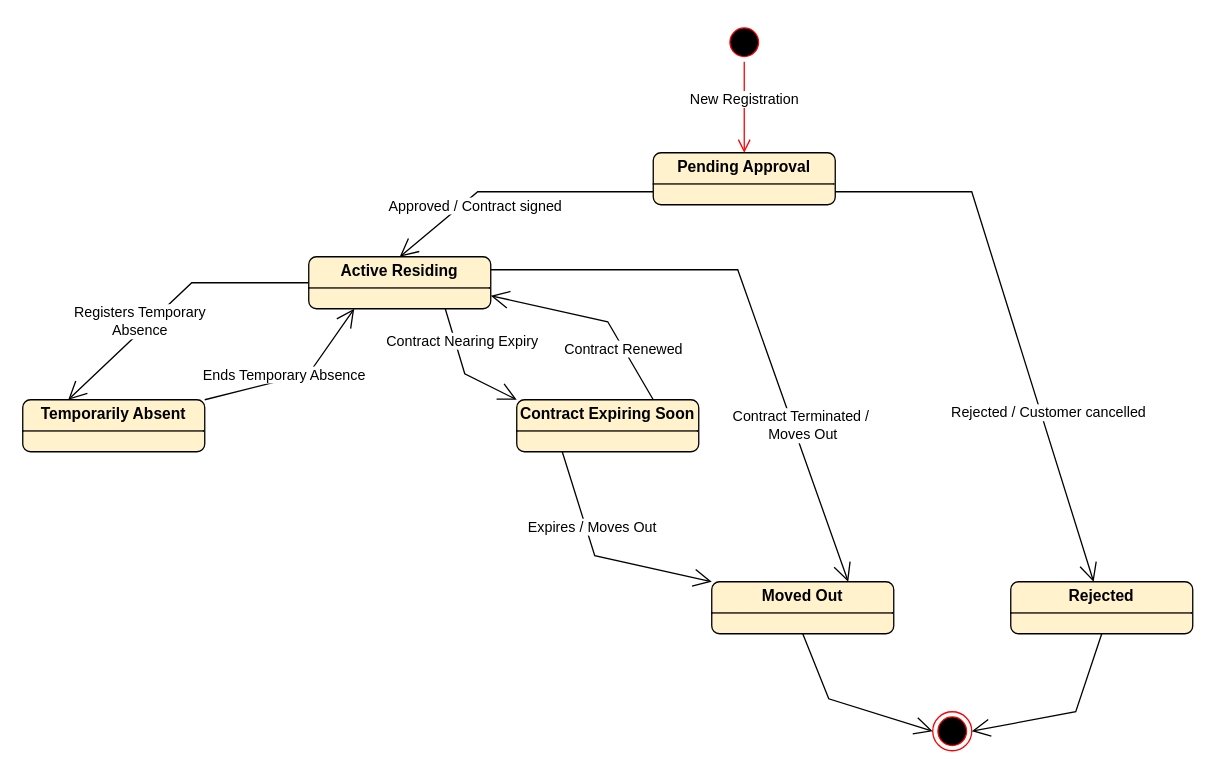
Above: Behavior-analysis/state-machine-diagram/Resident-Status/ResidentStatus_sm.drawio in HuyEuler/Apartment-management-system (draw.io), before the change. Source tidied: cells renumbered, new cells numbered last; positions are measured from the earlier drawing's top-left corner, leaving out a move shared by most shapes. Both pictures are drawn from the tidied source at 130%, with x=0, y=0 at pixel (22, 22).
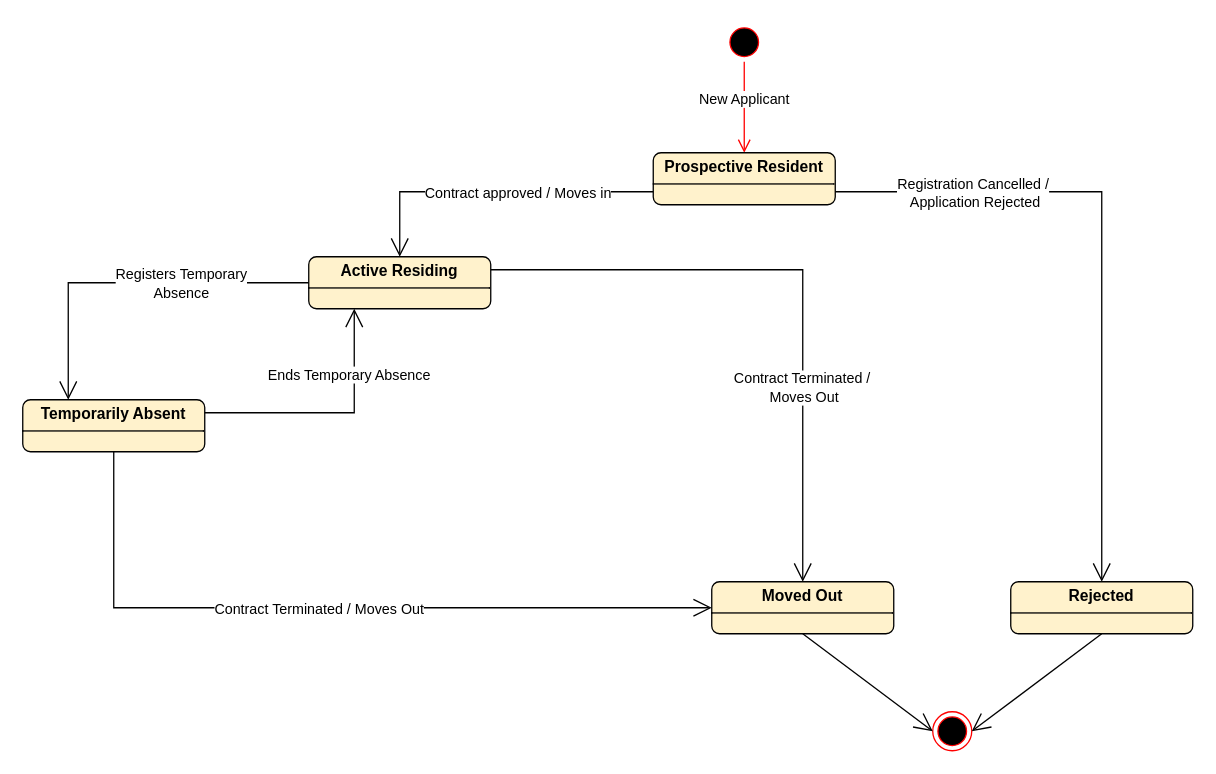
The same diagram, later.

Commit message (it also covers changes not shown here):
Fix state machine diagram Issue & ResidenStatus

The change refers to these unchanged cells:
```xml
<mxCell id="3" style="edgeStyle=orthogonalEdgeStyle;html=1;verticalAlign=bottom;endArrow=open;endSize=8;strokeColor=#ff0000;rounded=0;entryX=0.5;entryY=0;entryDx=0;entryDy=0;" parent="1" edge="1" source="2" target="5">
  <mxGeometry relative="1" as="geometry" />
</mxCell>
<mxCell id="6" value="&lt;p style=&quot;margin:0px;margin-top:4px;text-align:center;&quot;&gt;&lt;b&gt;Active Residing&lt;/b&gt;&lt;/p&gt;&lt;hr size=&quot;1&quot; style=&quot;border-style:solid;&quot;&gt;&lt;div style=&quot;height:2px;&quot;&gt;&lt;/div&gt;" style="verticalAlign=top;align=left;overflow=fill;html=1;whiteSpace=wrap;rounded=1;fillColor=#fff2cc;strokeColor=light-dark(#000000, #6d5100);" parent="1" vertex="1">
  <mxGeometry x="220" y="180" width="140" height="40" as="geometry" />
</mxCell>
<mxCell id="7" value="&lt;p style=&quot;margin:0px;margin-top:4px;text-align:center;&quot;&gt;&lt;b&gt;Temporarily Absent&lt;/b&gt;&lt;/p&gt;&lt;hr size=&quot;1&quot; style=&quot;border-style:solid;&quot;&gt;&lt;div style=&quot;height:2px;&quot;&gt;&lt;/div&gt;" style="verticalAlign=top;align=left;overflow=fill;html=1;whiteSpace=wrap;rounded=1;fillColor=#fff2cc;strokeColor=light-dark(#000000, #6d5100);" parent="1" vertex="1">
  <mxGeometry y="290" width="140" height="40" as="geometry" />
</mxCell>
<mxCell id="9" value="&lt;p style=&quot;margin:0px;margin-top:4px;text-align:center;&quot;&gt;&lt;b&gt;Moved Out&lt;/b&gt;&lt;/p&gt;&lt;hr size=&quot;1&quot; style=&quot;border-style:solid;&quot;&gt;&lt;div style=&quot;height:2px;&quot;&gt;&lt;/div&gt;" style="verticalAlign=top;align=left;overflow=fill;html=1;whiteSpace=wrap;rounded=1;fillColor=#fff2cc;strokeColor=light-dark(#000000, #6d5100);" parent="1" vertex="1">
  <mxGeometry x="530" y="430" width="140" height="40" as="geometry" />
</mxCell>
<mxCell id="10" value="&lt;p style=&quot;margin:0px;margin-top:4px;text-align:center;&quot;&gt;&lt;b&gt;Rejected&lt;/b&gt;&lt;/p&gt;&lt;hr size=&quot;1&quot; style=&quot;border-style:solid;&quot;&gt;&lt;div style=&quot;height:2px;&quot;&gt;&lt;/div&gt;" style="verticalAlign=top;align=left;overflow=fill;html=1;whiteSpace=wrap;rounded=1;fillColor=#fff2cc;strokeColor=light-dark(#000000, #6d5100);" parent="1" vertex="1">
  <mxGeometry x="760" y="430" width="140" height="40" as="geometry" />
</mxCell>
<mxCell id="23" style="ellipse;html=1;shape=endState;fillColor=#000000;strokeColor=#ff0000;" parent="1" vertex="1">
  <mxGeometry x="700" y="530" width="30" height="30" as="geometry" />
</mxCell>
```

Diff of the diagram source:
```diff
@@
-    <mxCell id="4" value="New Registration" style="edgeLabel;html=1;align=center;verticalAlign=middle;" parent="3" vertex="1">
+    <mxCell id="4" value="New Applicant" style="edgeLabel;html=1;align=center;verticalAlign=middle;" parent="3" vertex="1">
       <mxGeometry x="-0.19" y="-1" relative="1" as="geometry" />
     </mxCell>
-    <mxCell id="5" value="&lt;p style=&quot;margin:0px;margin-top:4px;text-align:center;&quot;&gt;&lt;b&gt;Pending Approval&lt;/b&gt;&lt;/p&gt;&lt;hr size=&quot;1&quot; style=&quot;border-style:solid;&quot;&gt;&lt;div style=&quot;height:2px;&quot;&gt;&lt;/div&gt;" style="verticalAlign=top;align=left;overflow=fill;html=1;whiteSpace=wrap;rounded=1;fillColor=#fff2cc;strokeColor=light-dark(#000000, #6d5100);" parent="1" vertex="1">
+    <mxCell id="5" value="&lt;p style=&quot;margin:0px;margin-top:4px;text-align:center;&quot;&gt;&lt;b&gt;Prospective Resident&lt;/b&gt;&lt;/p&gt;&lt;hr size=&quot;1&quot; style=&quot;border-style:solid;&quot;&gt;&lt;div style=&quot;height:2px;&quot;&gt;&lt;/div&gt;" style="verticalAlign=top;align=left;overflow=fill;html=1;whiteSpace=wrap;rounded=1;fillColor=#fff2cc;strokeColor=light-dark(#000000, #6d5100);" parent="1" vertex="1">
       <mxGeometry x="485" y="100" width="140" height="40" as="geometry" />
     </mxCell>
@@
-    <mxCell id="8" value="&lt;p style=&quot;margin:0px;margin-top:4px;text-align:center;&quot;&gt;&lt;b&gt;Contract Expiring Soon&lt;/b&gt;&lt;/p&gt;&lt;hr size=&quot;1&quot; style=&quot;border-style:solid;&quot;&gt;&lt;div style=&quot;height:2px;&quot;&gt;&lt;/div&gt;" style="verticalAlign=top;align=left;overflow=fill;html=1;whiteSpace=wrap;rounded=1;fillColor=#fff2cc;strokeColor=light-dark(#000000, #6d5100);" parent="1" vertex="1">
-      <mxGeometry x="380" y="290" width="140" height="40" as="geometry" />
-    </mxCell>
@@
     <mxCell id="11" style="endArrow=open;endFill=1;endSize=12;html=1;rounded=0;exitX=0;exitY=0.75;exitDx=0;exitDy=0;entryX=0.5;entryY=0;entryDx=0;entryDy=0;" parent="1" edge="1" source="5" target="6">
       <mxGeometry relative="1" as="geometry">
         <Array as="points">
-          <mxPoint x="350" y="130" />
+          <mxPoint x="290" y="130" />
         </Array>
       </mxGeometry>
     </mxCell>
-    <mxCell id="12" value="Approved / Contract signed" style="edgeLabel;html=1;align=center;verticalAlign=middle;" parent="11" vertex="1">
+    <mxCell id="12" value="Contract approved / Moves in" style="edgeLabel;html=1;align=center;verticalAlign=middle;" parent="11" vertex="1">
       <mxGeometry x="-0.03" y="3" relative="1" as="geometry">
-        <mxPoint x="-35" y="7" as="offset" />
+        <mxPoint x="14" y="-3" as="offset" />
       </mxGeometry>
     </mxCell>
     <mxCell id="13" style="endArrow=open;endFill=1;endSize=12;html=1;rounded=0;exitX=1;exitY=0.75;exitDx=0;exitDy=0;" parent="1" edge="1" source="5" target="10">
       <mxGeometry relative="1" as="geometry">
         <Array as="points">
-          <mxPoint x="730" y="130" />
+          <mxPoint x="830" y="130" />
         </Array>
       </mxGeometry>
     </mxCell>
-    <mxCell id="14" value="Rejected / Customer cancelled" style="edgeLabel;html=1;align=center;verticalAlign=middle;" parent="13" vertex="1">
+    <mxCell id="14" value="Registration Cancelled /&lt;div&gt;&amp;nbsp;Application Rejected&lt;/div&gt;" style="edgeLabel;html=1;align=center;verticalAlign=middle;" parent="13" vertex="1">
       <mxGeometry x="-0.03" y="3" relative="1" as="geometry">
-        <mxPoint x="26" y="77" as="offset" />
+        <mxPoint x="-103" y="-40" as="offset" />
       </mxGeometry>
     </mxCell>
-    <mxCell id="15" style="endArrow=open;endFill=1;endSize=12;html=1;rounded=0;exitX=0.75;exitY=1;exitDx=0;exitDy=0;entryX=0;entryY=0;entryDx=0;entryDy=0;" parent="1" edge="1" source="6" target="8">
-      <mxGeometry relative="1" as="geometry">
-        <Array as="points">
-          <mxPoint x="340" y="270" />
-        </Array>
-      </mxGeometry>
-    </mxCell>
-    <mxCell id="16" value="Contract Nearing Expiry" style="edgeLabel;html=1;align=center;verticalAlign=middle;" parent="15" vertex="1">
-      <mxGeometry x="-0.03" y="3" relative="1" as="geometry">
-        <mxPoint x="-4" y="-20" as="offset" />
-      </mxGeometry>
-    </mxCell>
-    <mxCell id="17" style="endArrow=open;endFill=1;endSize=12;html=1;rounded=0;exitX=1;exitY=0.25;exitDx=0;exitDy=0;entryX=0.75;entryY=0;entryDx=0;entryDy=0;" parent="1" edge="1" source="6" target="9">
+    <mxCell id="17" style="endArrow=open;endFill=1;endSize=12;html=1;rounded=0;exitX=1;exitY=0.25;exitDx=0;exitDy=0;entryX=0.5;entryY=0;entryDx=0;entryDy=0;" parent="1" edge="1" source="6" target="9">
       <mxGeometry relative="1" as="geometry">
         <Array as="points">
-          <mxPoint x="550" y="190" />
+          <mxPoint x="600" y="190" />
         </Array>
       </mxGeometry>
     </mxCell>
     <mxCell id="18" value="Contract Terminated /&amp;nbsp;&lt;div&gt;Moves Out&lt;/div&gt;" style="edgeLabel;html=1;align=center;verticalAlign=middle;" parent="17" vertex="1">
       <mxGeometry x="-0.03" y="3" relative="1" as="geometry">
-        <mxPoint x="38" y="96" as="offset" />
+        <mxPoint x="7" y="93" as="offset" />
       </mxGeometry>
     </mxCell>
-    <mxCell id="19" style="endArrow=open;endFill=1;endSize=12;html=1;rounded=0;exitX=0.75;exitY=0;exitDx=0;exitDy=0;entryX=1;entryY=0.75;entryDx=0;entryDy=0;" parent="1" edge="1" source="8" target="6">
-      <mxGeometry relative="1" as="geometry">
-        <Array as="points">
-          <mxPoint x="450" y="230" />
-        </Array>
-      </mxGeometry>
-    </mxCell>
-    <mxCell id="20" value="Contract Renewed" style="edgeLabel;html=1;align=center;verticalAlign=middle;" parent="19" vertex="1">
-      <mxGeometry x="-0.03" y="3" relative="1" as="geometry">
-        <mxPoint x="20" y="19" as="offset" />
-      </mxGeometry>
-    </mxCell>
-    <mxCell id="21" style="endArrow=open;endFill=1;endSize=12;html=1;rounded=0;exitX=0.25;exitY=1;exitDx=0;exitDy=0;entryX=0;entryY=0;entryDx=0;entryDy=0;" parent="1" edge="1" source="8" target="9">
+    <mxCell id="21" style="endArrow=open;endFill=1;endSize=12;html=1;rounded=0;exitX=0.5;exitY=1;exitDx=0;exitDy=0;entryX=0;entryY=0.5;entryDx=0;entryDy=0;" parent="1" edge="1" source="7" target="9">
       <mxGeometry relative="1" as="geometry">
         <Array as="points">
-          <mxPoint x="440" y="410" />
+          <mxPoint x="70" y="450" />
         </Array>
       </mxGeometry>
     </mxCell>
-    <mxCell id="22" value="Expires / Moves Out" style="edgeLabel;html=1;align=center;verticalAlign=middle;" parent="21" vertex="1">
+    <mxCell id="22" value="Contract Terminated / Moves Out" style="edgeLabel;html=1;align=center;verticalAlign=middle;" parent="21" vertex="1">
       <mxGeometry x="-0.03" y="3" relative="1" as="geometry">
-        <mxPoint x="-4" y="-20" as="offset" />
+        <mxPoint x="-4" y="3" as="offset" />
       </mxGeometry>
     </mxCell>
@@
     <mxCell id="24" style="endArrow=open;endFill=1;endSize=12;html=1;rounded=0;exitX=0.5;exitY=1;exitDx=0;exitDy=0;entryX=0;entryY=0.5;entryDx=0;entryDy=0;" parent="1" edge="1" source="9" target="23">
-      <mxGeometry relative="1" as="geometry">
-        <Array as="points">
-          <mxPoint x="620" y="520" />
-        </Array>
-      </mxGeometry>
+      <mxGeometry relative="1" as="geometry" />
     </mxCell>
     <mxCell id="25" style="endArrow=open;endFill=1;endSize=12;html=1;rounded=0;exitX=0.5;exitY=1;exitDx=0;exitDy=0;entryX=1;entryY=0.5;entryDx=0;entryDy=0;" parent="1" edge="1" source="10" target="23">
-      <mxGeometry relative="1" as="geometry">
-        <Array as="points">
-          <mxPoint x="810" y="530" />
-        </Array>
-      </mxGeometry>
+      <mxGeometry relative="1" as="geometry" />
     </mxCell>
     <mxCell id="26" style="endArrow=open;endFill=1;endSize=12;html=1;rounded=0;exitX=0;exitY=0.5;exitDx=0;exitDy=0;entryX=0.25;entryY=0;entryDx=0;entryDy=0;" parent="1" edge="1" source="6" target="7">
       <mxGeometry relative="1" as="geometry">
         <Array as="points">
-          <mxPoint x="130" y="200" />
+          <mxPoint x="35" y="200" />
         </Array>
       </mxGeometry>
     </mxCell>
     <mxCell id="27" value="Registers Temporary&lt;div&gt;Absence&lt;/div&gt;" style="edgeLabel;html=1;align=center;verticalAlign=middle;" parent="26" vertex="1">
       <mxGeometry x="-0.03" y="3" relative="1" as="geometry">
-        <mxPoint x="-30" y="16" as="offset" />
+        <mxPoint x="34" y="-3" as="offset" />
       </mxGeometry>
     </mxCell>
-    <mxCell id="28" style="endArrow=open;endFill=1;endSize=12;html=1;rounded=0;exitX=1;exitY=0;exitDx=0;exitDy=0;entryX=0.25;entryY=1;entryDx=0;entryDy=0;" parent="1" edge="1" source="7" target="6">
+    <mxCell id="28" style="endArrow=open;endFill=1;endSize=12;html=1;rounded=0;exitX=1;exitY=0.25;exitDx=0;exitDy=0;entryX=0.25;entryY=1;entryDx=0;entryDy=0;" parent="1" edge="1" source="7" target="6">
       <mxGeometry relative="1" as="geometry">
         <Array as="points">
-          <mxPoint x="220" y="270" />
+          <mxPoint x="255" y="300" />
         </Array>
       </mxGeometry>
     </mxCell>
     <mxCell id="29" value="Ends Temporary Absence" style="edgeLabel;html=1;align=center;verticalAlign=middle;" parent="28" vertex="1">
       <mxGeometry x="-0.03" y="3" relative="1" as="geometry">
-        <mxPoint x="-7" as="offset" />
+        <mxPoint x="15" y="-27" as="offset" />
       </mxGeometry>
     </mxCell>
```
